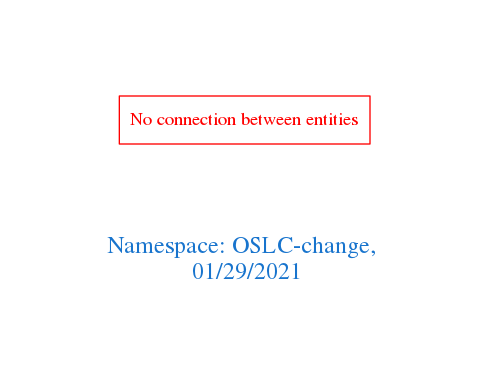
This is downloads/OSLC-change.png from arago/OGIT, a Graphviz export, as it was before one commit. Its source is kept beside it as downloads/OSLC-change.dot.
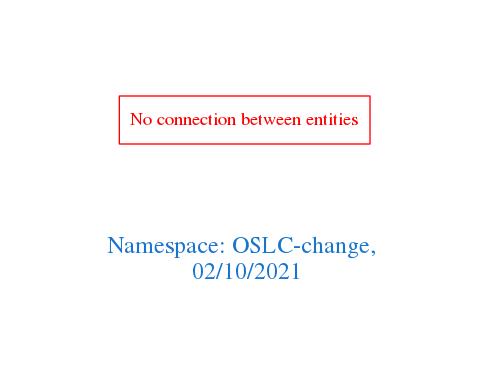
After the commit.

The edit, as a diff of the source:
```diff
@@ -1,7 +1,7 @@
 digraph OGIT_ontology {
  graph [ rankdir= LR,pad=1
 fontsize = 18,
-fontcolor= dodgerblue3,label = "\n\n\nNamespace: OSLC-change, \n 01/29/2021"];
+fontcolor= dodgerblue3,label = "\n\n\nNamespace: OSLC-change, \n 02/10/2021"];
 node[shape=polygon];
 edge [  color="gray81"];
 
```
